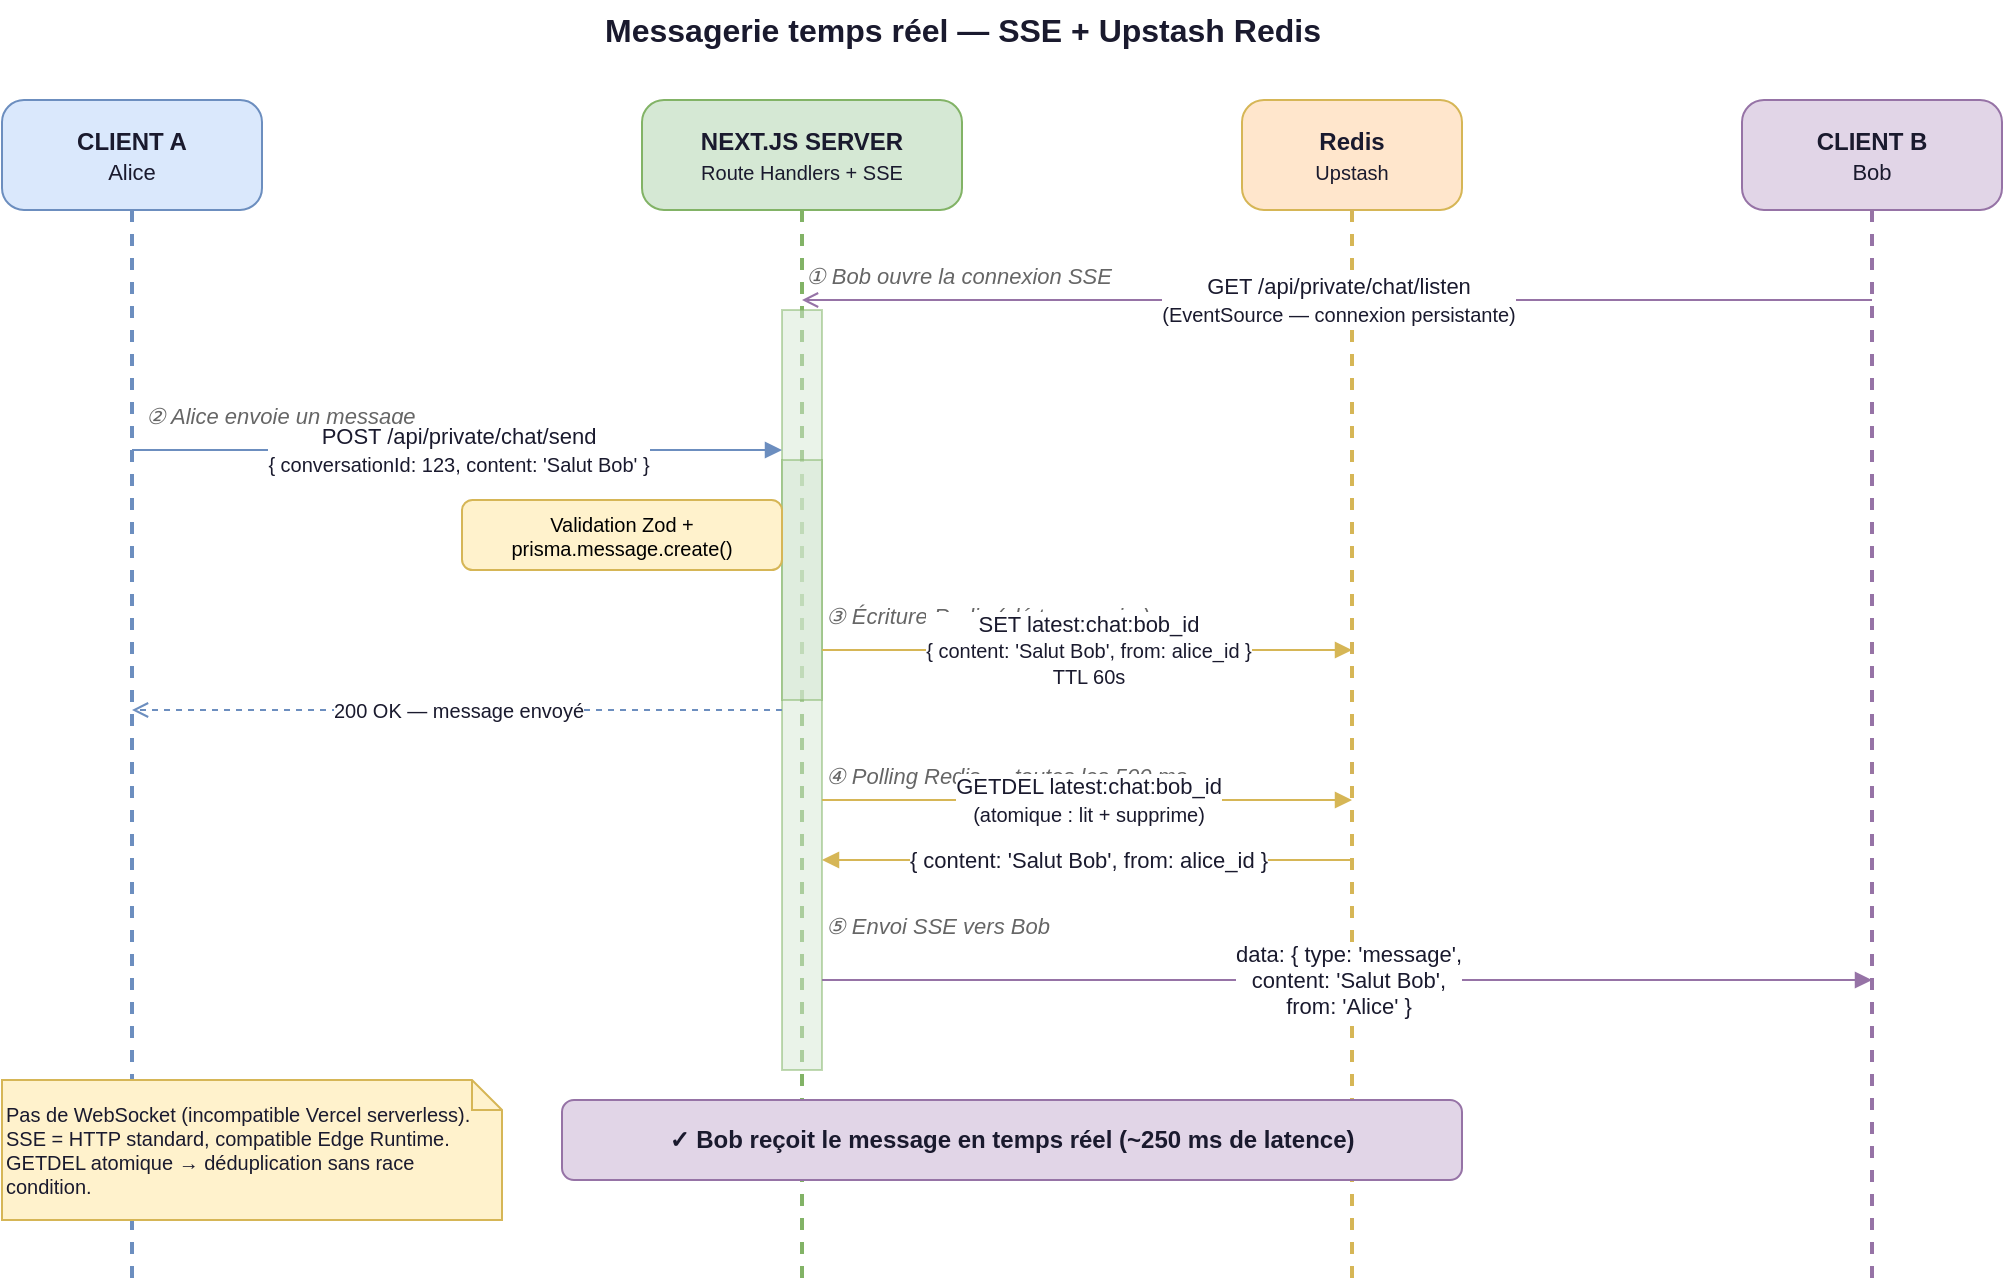
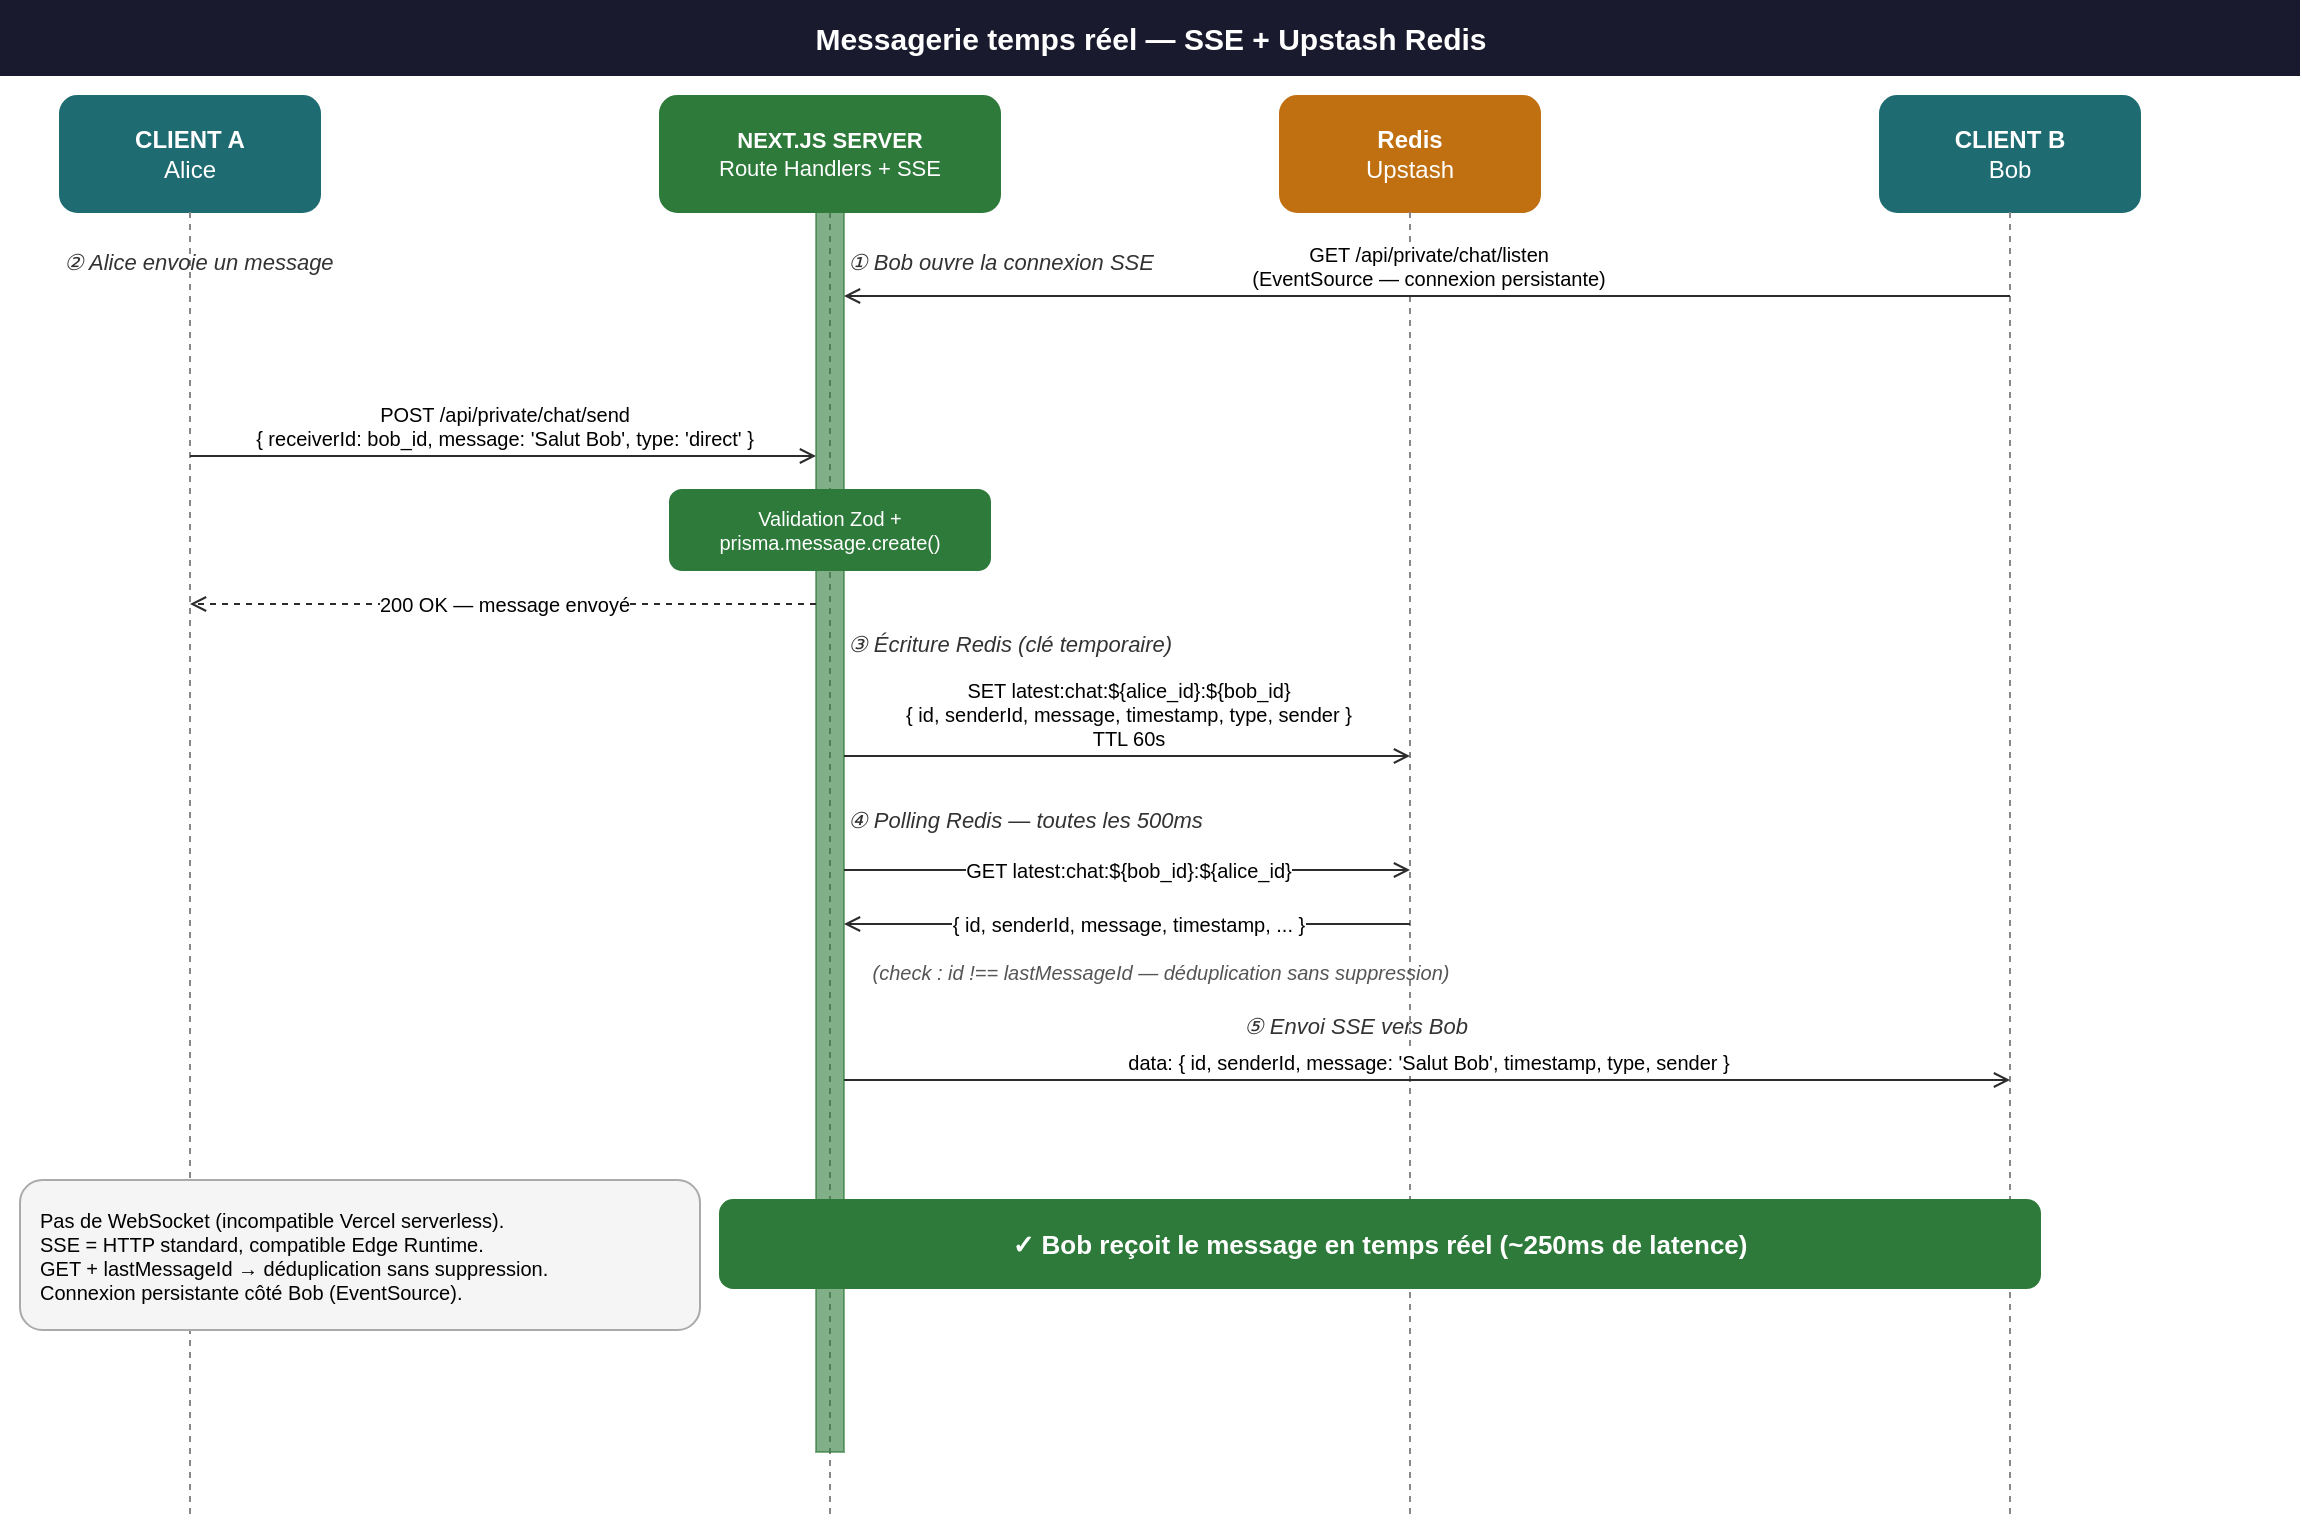
- <mxfile host="app.diagrams.net" modified="2026-05-22T00:00:00.000Z" agent="Claude" version="21.0.0">
-   <diagram id="sse-messaging" name="SSE Messagerie temps réel">
-     <mxGraphModel dx="1422" dy="762" grid="0" gridSize="10" guides="1" tooltips="1" connect="1" arrows="1" fold="1" page="1" pageScale="1" pageWidth="1169" pageHeight="827" math="0" shadow="0">
+ <mxfile host="app.diagrams.net">
+   <diagram name="SSE Messagerie" id="0">
+     <mxGraphModel dx="1526" dy="799" grid="0" gridSize="10" guides="1" tooltips="1" connect="1" arrows="1" fold="1" page="0" pageScale="1" pageWidth="1150" pageHeight="860" math="0" shadow="0">
      <root>
        <mxCell id="0" />
        <mxCell id="1" parent="0" />
- 
-         <!-- ── TITRE ── -->
-         <mxCell id="title" value="Messagerie temps réel — SSE + Upstash Redis" style="text;html=1;align=center;verticalAlign=middle;resizable=0;points=[];autosize=1;strokeColor=none;fillColor=none;fontSize=16;fontStyle=1;fontColor=#1a1a2e;" vertex="1" parent="1">
-           <mxGeometry x="260" y="20" width="560" height="30" as="geometry" />
+         <mxCell id="title" parent="1" style="text;html=1;fillColor=#1a1a2e;strokeColor=none;fontColor=#ffffff;align=center;verticalAlign=middle;fontSize=15;fontStyle=1;" value="Messagerie temps réel — SSE + Upstash Redis" vertex="1">
+           <mxGeometry height="38" width="1150" as="geometry" />
        </mxCell>
- 
-         <!-- ── PARTICIPANT BOXES ── -->
-         <mxCell id="box_alice" value="&lt;b&gt;CLIENT A&lt;/b&gt;&lt;br&gt;&lt;font style='font-size:11px'&gt;Alice&lt;/font&gt;" style="rounded=1;whiteSpace=wrap;html=1;fillColor=#dae8fc;strokeColor=#6c8ebf;fontColor=#1a1a2e;fontSize=12;arcSize=20;" vertex="1" parent="1">
-           <mxGeometry x="60" y="70" width="130" height="55" as="geometry" />
+         <mxCell id="aA" parent="1" style="rounded=1;whiteSpace=wrap;html=1;fillColor=#1e6b72;strokeColor=#1e6b72;fontColor=#ffffff;fontSize=12;" value="&lt;b&gt;CLIENT A&lt;/b&gt;&lt;br&gt;Alice" vertex="1">
+           <mxGeometry height="58" width="130" x="30" y="48" as="geometry" />
        </mxCell>
- 
-         <mxCell id="box_server" value="&lt;b&gt;NEXT.JS SERVER&lt;/b&gt;&lt;br&gt;&lt;font style='font-size:10px'&gt;Route Handlers + SSE&lt;/font&gt;" style="rounded=1;whiteSpace=wrap;html=1;fillColor=#d5e8d4;strokeColor=#82b366;fontColor=#1a1a2e;fontSize=12;arcSize=20;" vertex="1" parent="1">
-           <mxGeometry x="380" y="70" width="160" height="55" as="geometry" />
+         <mxCell id="aS" parent="1" style="rounded=1;whiteSpace=wrap;html=1;fillColor=#2d7a3a;strokeColor=#2d7a3a;fontColor=#ffffff;fontSize=11;" value="&lt;b&gt;NEXT.JS SERVER&lt;/b&gt;&lt;br&gt;Route Handlers + SSE" vertex="1">
+           <mxGeometry height="58" width="170" x="330" y="48" as="geometry" />
        </mxCell>
- 
-         <mxCell id="box_redis" value="&lt;b&gt;Redis&lt;/b&gt;&lt;br&gt;&lt;font style='font-size:10px'&gt;Upstash&lt;/font&gt;" style="rounded=1;whiteSpace=wrap;html=1;fillColor=#ffe6cc;strokeColor=#d6b656;fontColor=#1a1a2e;fontSize=12;arcSize=20;" vertex="1" parent="1">
-           <mxGeometry x="680" y="70" width="110" height="55" as="geometry" />
+         <mxCell id="aR" parent="1" style="rounded=1;whiteSpace=wrap;html=1;fillColor=#c07010;strokeColor=#c07010;fontColor=#ffffff;fontSize=12;" value="&lt;b&gt;Redis&lt;/b&gt;&lt;br&gt;Upstash" vertex="1">
+           <mxGeometry height="58" width="130" x="640" y="48" as="geometry" />
        </mxCell>
- 
-         <mxCell id="box_bob" value="&lt;b&gt;CLIENT B&lt;/b&gt;&lt;br&gt;&lt;font style='font-size:11px'&gt;Bob&lt;/font&gt;" style="rounded=1;whiteSpace=wrap;html=1;fillColor=#e1d5e7;strokeColor=#9673a6;fontColor=#1a1a2e;fontSize=12;arcSize=20;" vertex="1" parent="1">
-           <mxGeometry x="930" y="70" width="130" height="55" as="geometry" />
+         <mxCell id="aB" parent="1" style="rounded=1;whiteSpace=wrap;html=1;fillColor=#1e6b72;strokeColor=#1e6b72;fontColor=#ffffff;fontSize=12;" value="&lt;b&gt;CLIENT B&lt;/b&gt;&lt;br&gt;Bob" vertex="1">
+           <mxGeometry height="58" width="130" x="940" y="48" as="geometry" />
        </mxCell>
- 
-         <!-- ── LIFELINES ── -->
-         <mxCell id="life_alice" value="" style="endArrow=none;dashed=1;strokeColor=#6c8ebf;strokeWidth=2;" edge="1" parent="1">
-           <mxGeometry x="125" y="125" relative="1" as="geometry">
-             <Array as="points" />
-             <mxPoint x="125" y="125" as="sourcePoint" />
-             <mxPoint x="125" y="660" as="targetPoint" />
+         <mxCell id="llA" edge="1" parent="1" style="endArrow=none;dashed=1;html=1;strokeColor=#888888;strokeWidth=1;">
+           <mxGeometry relative="1" as="geometry">
+             <mxPoint x="95" y="106" as="sourcePoint" />
+             <mxPoint x="95" y="760" as="targetPoint" />
          </mxGeometry>
        </mxCell>
- 
-         <mxCell id="life_server" value="" style="endArrow=none;dashed=1;strokeColor=#82b366;strokeWidth=2;" edge="1" parent="1">
+         <mxCell id="llS" edge="1" parent="1" style="endArrow=none;dashed=1;html=1;strokeColor=#888888;strokeWidth=1;">
          <mxGeometry relative="1" as="geometry">
-             <mxPoint x="460" y="125" as="sourcePoint" />
-             <mxPoint x="460" y="660" as="targetPoint" />
+             <mxPoint x="415" y="106" as="sourcePoint" />
+             <mxPoint x="415" y="760" as="targetPoint" />
          </mxGeometry>
        </mxCell>
- 
-         <mxCell id="life_redis" value="" style="endArrow=none;dashed=1;strokeColor=#d6b656;strokeWidth=2;" edge="1" parent="1">
+         <mxCell id="llR" edge="1" parent="1" style="endArrow=none;dashed=1;html=1;strokeColor=#888888;strokeWidth=1;">
          <mxGeometry relative="1" as="geometry">
-             <mxPoint x="735" y="125" as="sourcePoint" />
-             <mxPoint x="735" y="660" as="targetPoint" />
+             <mxPoint x="705" y="106" as="sourcePoint" />
+             <mxPoint x="705" y="760" as="targetPoint" />
          </mxGeometry>
        </mxCell>
- 
-         <mxCell id="life_bob" value="" style="endArrow=none;dashed=1;strokeColor=#9673a6;strokeWidth=2;" edge="1" parent="1">
+         <mxCell id="llB" edge="1" parent="1" style="endArrow=none;dashed=1;html=1;strokeColor=#888888;strokeWidth=1;">
          <mxGeometry relative="1" as="geometry">
-             <mxPoint x="995" y="125" as="sourcePoint" />
-             <mxPoint x="995" y="660" as="targetPoint" />
+             <mxPoint x="1005" y="106" as="sourcePoint" />
+             <mxPoint x="1005" y="760" as="targetPoint" />
          </mxGeometry>
        </mxCell>
- 
-         <!-- ── ÉTAPE 0 : Bob ouvre la connexion SSE ── -->
-         <mxCell id="label0" value="① Bob ouvre la connexion SSE" style="text;html=1;align=left;verticalAlign=middle;resizable=0;strokeColor=none;fillColor=none;fontSize=11;fontColor=#666666;fontStyle=2;" vertex="1" parent="1">
-           <mxGeometry x="460" y="148" width="560" height="20" as="geometry" />
+         <mxCell id="act_S" parent="1" style="fillColor=#2d7a3a;strokeColor=#2d7a3a;opacity=60;" value="" vertex="1">
+           <mxGeometry height="620" width="14" x="408" y="106" as="geometry" />
        </mxCell>
- 
-         <mxCell id="msg0" value="GET /api/private/chat/listen&lt;br&gt;&lt;font style='font-size:10px'&gt;(EventSource — connexion persistante)&lt;/font&gt;" style="edgeStyle=elbowEdgeStyle;html=1;endArrow=open;endFill=0;strokeColor=#9673a6;fontColor=#1a1a2e;fontSize=11;labelBackgroundColor=#ffffff;" edge="1" parent="1">
+         <mxCell id="s1_lbl" parent="1" style="text;html=1;strokeColor=none;fillColor=none;align=left;fontSize=11;fontStyle=2;fontColor=#333333;" value="① Bob ouvre la connexion SSE" vertex="1">
+           <mxGeometry height="20" width="280" x="422" y="118" as="geometry" />
+         </mxCell>
+         <mxCell id="s1_arr" edge="1" parent="1" style="html=1;endArrow=open;endFill=1;strokeColor=#2c2c2c;fontSize=10;align=center;verticalAlign=bottom;" value="GET /api/private/chat/listen&lt;br&gt;(EventSource — connexion persistante)">
          <mxGeometry relative="1" as="geometry">
-             <mxPoint x="995" y="170" as="sourcePoint" />
-             <mxPoint x="460" y="170" as="targetPoint" />
+             <mxPoint x="1005" y="148" as="sourcePoint" />
+             <mxPoint x="422" y="148" as="targetPoint" />
          </mxGeometry>
        </mxCell>
- 
-         <!-- ── ACTIVATION SERVER (SSE loop) ── -->
-         <mxCell id="act_server_sse" value="" style="fillColor=#d5e8d4;strokeColor=#82b366;opacity=50;" vertex="1" parent="1">
-           <mxGeometry x="450" y="175" width="20" height="380" as="geometry" />
+         <mxCell id="s2_lbl" parent="1" style="text;html=1;strokeColor=none;fillColor=none;align=left;fontSize=11;fontStyle=2;fontColor=#333333;" value="② Alice envoie un message" vertex="1">
+           <mxGeometry height="20" width="240" x="30" y="118" as="geometry" />
        </mxCell>
- 
-         <!-- ── ÉTAPE 1 : Alice envoie un message ── -->
-         <mxCell id="label1" value="② Alice envoie un message" style="text;html=1;align=left;verticalAlign=middle;resizable=0;strokeColor=none;fillColor=none;fontSize=11;fontColor=#666666;fontStyle=2;" vertex="1" parent="1">
-           <mxGeometry x="130" y="218" width="320" height="20" as="geometry" />
-         </mxCell>
- 
-         <mxCell id="msg1" value="POST /api/private/chat/send&lt;br&gt;&lt;font style='font-size:10px'&gt;{ conversationId: 123, content: 'Salut Bob' }&lt;/font&gt;" style="edgeStyle=elbowEdgeStyle;html=1;endArrow=block;endFill=1;strokeColor=#6c8ebf;fontColor=#1a1a2e;fontSize=11;labelBackgroundColor=#ffffff;" edge="1" parent="1">
+         <mxCell id="s2_post" edge="1" parent="1" style="html=1;endArrow=open;endFill=1;strokeColor=#2c2c2c;fontSize=10;align=center;verticalAlign=bottom;" value="POST /api/private/chat/send&lt;br&gt;{ receiverId: bob_id, message: &#39;Salut Bob&#39;, type: &#39;direct&#39; }">
          <mxGeometry relative="1" as="geometry">
-             <mxPoint x="125" y="245" as="sourcePoint" />
-             <mxPoint x="450" y="245" as="targetPoint" />
+             <mxPoint x="95" y="228" as="sourcePoint" />
+             <mxPoint x="408" y="228" as="targetPoint" />
          </mxGeometry>
        </mxCell>
- 
-         <!-- ── ACTIVATION SERVER (POST handler) ── -->
-         <mxCell id="act_server_post" value="" style="fillColor=#d5e8d4;strokeColor=#82b366;opacity=50;" vertex="1" parent="1">
-           <mxGeometry x="450" y="250" width="20" height="120" as="geometry" />
+         <mxCell id="s2_box" parent="1" style="rounded=1;whiteSpace=wrap;html=1;fillColor=#2d7a3a;strokeColor=#2d7a3a;fontColor=#ffffff;fontSize=10;" value="Validation Zod +&lt;br&gt;prisma.message.create()" vertex="1">
+           <mxGeometry height="40" width="160" x="335" y="245" as="geometry" />
        </mxCell>
- 
-         <!-- ── ÉTAPE 2 : Validation + Persistance Prisma ── -->
-         <mxCell id="note_prisma" value="Validation Zod + prisma.message.create()" style="rounded=1;whiteSpace=wrap;html=1;fillColor=#fff2cc;strokeColor=#d6b656;fontSize=10;align=center;" vertex="1" parent="1">
-           <mxGeometry x="290" y="270" width="160" height="35" as="geometry" />
-         </mxCell>
- 
-         <mxCell id="arrow_prisma" value="" style="edgeStyle=elbowEdgeStyle;endArrow=open;endFill=0;dashed=1;strokeColor=#d6b656;" edge="1" parent="1">
+         <mxCell id="s2_ok" edge="1" parent="1" style="html=1;endArrow=open;endFill=1;strokeColor=#2c2c2c;fontSize=10;align=center;dashed=1;" value="200 OK — message envoyé">
          <mxGeometry relative="1" as="geometry">
-             <mxPoint x="450" y="287" as="sourcePoint" />
-             <mxPoint x="450" y="287" as="targetPoint" />
-             <Array as="points">
-               <mxPoint x="450" y="287" />
-               <mxPoint x="290" y="287" />
-             </Array>
+             <mxPoint x="408" y="302" as="sourcePoint" />
+             <mxPoint x="95" y="302" as="targetPoint" />
          </mxGeometry>
        </mxCell>
- 
-         <!-- ── ÉTAPE 3 : LPUSH Redis ── -->
-         <mxCell id="label3" value="③ Écriture Redis (clé temporaire)" style="text;html=1;align=left;verticalAlign=middle;resizable=0;strokeColor=none;fillColor=none;fontSize=11;fontColor=#666666;fontStyle=2;" vertex="1" parent="1">
-           <mxGeometry x="470" y="318" width="300" height="20" as="geometry" />
+         <mxCell id="s3_lbl" parent="1" style="text;html=1;strokeColor=none;fillColor=none;align=left;fontSize=11;fontStyle=2;fontColor=#333333;" value="③ Écriture Redis (clé temporaire)" vertex="1">
+           <mxGeometry height="20" width="300" x="422" y="309" as="geometry" />
        </mxCell>
- 
-         <mxCell id="msg3" value="SET latest:chat:bob_id&lt;br&gt;&lt;font style='font-size:10px'&gt;{ content: 'Salut Bob', from: alice_id }&lt;br&gt;TTL 60s&lt;/font&gt;" style="edgeStyle=elbowEdgeStyle;html=1;endArrow=block;endFill=1;strokeColor=#d6b656;fontColor=#1a1a2e;fontSize=11;labelBackgroundColor=#ffffff;" edge="1" parent="1">
+         <mxCell id="s3_arr" edge="1" parent="1" style="html=1;endArrow=open;endFill=1;strokeColor=#2c2c2c;fontSize=10;align=center;verticalAlign=bottom;" value="SET latest:chat:${alice_id}:${bob_id}&lt;br&gt;{ id, senderId, message, timestamp, type, sender }&lt;br&gt;TTL 60s">
          <mxGeometry relative="1" as="geometry">
-             <mxPoint x="470" y="345" as="sourcePoint" />
-             <mxPoint x="735" y="345" as="targetPoint" />
+             <mxPoint x="422" y="378" as="sourcePoint" />
+             <mxPoint x="705" y="378" as="targetPoint" />
          </mxGeometry>
        </mxCell>
- 
-         <!-- ── 200 OK vers Alice ── -->
-         <mxCell id="msg_ok" value="200 OK — message envoyé" style="edgeStyle=elbowEdgeStyle;html=1;endArrow=open;endFill=0;dashed=1;strokeColor=#6c8ebf;fontColor=#1a1a2e;fontSize=10;labelBackgroundColor=#ffffff;" edge="1" parent="1">
+         <mxCell id="s4_lbl" parent="1" style="text;html=1;strokeColor=none;fillColor=none;align=left;fontSize=11;fontStyle=2;fontColor=#333333;" value="④ Polling Redis — toutes les 500ms" vertex="1">
+           <mxGeometry height="20" width="310" x="422" y="397" as="geometry" />
+         </mxCell>
+         <mxCell id="s4_get" edge="1" parent="1" style="html=1;endArrow=open;endFill=1;strokeColor=#2c2c2c;fontSize=10;align=center;" value="GET latest:chat:${bob_id}:${alice_id}">
          <mxGeometry relative="1" as="geometry">
-             <mxPoint x="450" y="375" as="sourcePoint" />
-             <mxPoint x="125" y="375" as="targetPoint" />
+             <mxPoint x="422" y="435" as="sourcePoint" />
+             <mxPoint x="705" y="435" as="targetPoint" />
          </mxGeometry>
        </mxCell>
- 
-         <!-- ── ÉTAPE 4 : Polling SSE toutes les 500ms ── -->
-         <mxCell id="label4" value="④ Polling Redis — toutes les 500 ms" style="text;html=1;align=left;verticalAlign=middle;resizable=0;strokeColor=none;fillColor=none;fontSize=11;fontColor=#666666;fontStyle=2;" vertex="1" parent="1">
-           <mxGeometry x="470" y="398" width="300" height="20" as="geometry" />
-         </mxCell>
- 
-         <mxCell id="msg4a" value="GETDEL latest:chat:bob_id&lt;br&gt;&lt;font style='font-size:10px'&gt;(atomique : lit + supprime)&lt;/font&gt;" style="edgeStyle=elbowEdgeStyle;html=1;endArrow=block;endFill=1;strokeColor=#d6b656;fontColor=#1a1a2e;fontSize=11;labelBackgroundColor=#ffffff;" edge="1" parent="1">
+         <mxCell id="s4_resp" edge="1" parent="1" style="html=1;endArrow=open;endFill=1;strokeColor=#2c2c2c;fontSize=10;align=center;" value="{ id, senderId, message, timestamp, ... }">
          <mxGeometry relative="1" as="geometry">
-             <mxPoint x="470" y="420" as="sourcePoint" />
-             <mxPoint x="735" y="420" as="targetPoint" />
+             <mxPoint x="705" y="462" as="sourcePoint" />
+             <mxPoint x="422" y="462" as="targetPoint" />
          </mxGeometry>
        </mxCell>
- 
-         <mxCell id="msg4b" value="{ content: 'Salut Bob', from: alice_id }" style="edgeStyle=elbowEdgeStyle;html=1;endArrow=block;endFill=1;strokeColor=#d6b656;fontColor=#1a1a2e;fontSize=11;labelBackgroundColor=#ffffff;" edge="1" parent="1">
+         <mxCell id="s4_check" parent="1" style="text;html=1;strokeColor=none;fillColor=none;align=center;fontSize=10;fontStyle=2;fontColor=#555555;" value="(check : id !== lastMessageId — déduplication sans suppression)" vertex="1">
+           <mxGeometry height="18" width="360" x="400" y="474" as="geometry" />
+         </mxCell>
+         <mxCell id="s5_lbl" parent="1" style="text;html=1;strokeColor=none;fillColor=none;align=left;fontSize=11;fontStyle=2;fontColor=#333333;" value="⑤ Envoi SSE vers Bob" vertex="1">
+           <mxGeometry height="20" width="230" x="620" y="500" as="geometry" />
+         </mxCell>
+         <mxCell id="s5_arr" edge="1" parent="1" style="html=1;endArrow=open;endFill=1;strokeColor=#2c2c2c;fontSize=10;align=center;verticalAlign=bottom;" value="data: { id, senderId, message: &#39;Salut Bob&#39;, timestamp, type, sender }">
          <mxGeometry relative="1" as="geometry">
-             <mxPoint x="735" y="450" as="sourcePoint" />
-             <mxPoint x="470" y="450" as="targetPoint" />
+             <mxPoint x="422" y="540" as="sourcePoint" />
+             <mxPoint x="1005" y="540" as="targetPoint" />
          </mxGeometry>
        </mxCell>
- 
-         <!-- ── ÉTAPE 5 : SSE event vers Bob ── -->
-         <mxCell id="label5" value="⑤ Envoi SSE vers Bob" style="text;html=1;align=left;verticalAlign=middle;resizable=0;strokeColor=none;fillColor=none;fontSize=11;fontColor=#666666;fontStyle=2;" vertex="1" parent="1">
-           <mxGeometry x="470" y="473" width="300" height="20" as="geometry" />
+         <mxCell id="note" parent="1" style="text;html=1;strokeColor=#aaaaaa;fillColor=#f5f5f5;align=left;verticalAlign=middle;fontSize=10;spacingLeft=8;rounded=1;" value="Pas de WebSocket (incompatible Vercel serverless).&lt;br&gt;SSE = HTTP standard, compatible Edge Runtime.&lt;br&gt;GET + lastMessageId → déduplication sans suppression.&lt;br&gt;Connexion persistante côté Bob (EventSource)." vertex="1">
+           <mxGeometry height="75" width="340" x="10" y="590" as="geometry" />
        </mxCell>
- 
-         <mxCell id="msg5" value="data: { type: 'message',&lt;br&gt;  content: 'Salut Bob',&lt;br&gt;  from: 'Alice' }" style="edgeStyle=elbowEdgeStyle;html=1;endArrow=block;endFill=1;strokeColor=#9673a6;fontColor=#1a1a2e;fontSize=11;labelBackgroundColor=#ffffff;" edge="1" parent="1">
-           <mxGeometry relative="1" as="geometry">
-             <mxPoint x="470" y="510" as="sourcePoint" />
-             <mxPoint x="995" y="510" as="targetPoint" />
-           </mxGeometry>
+         <mxCell id="summary" parent="1" style="rounded=1;whiteSpace=wrap;html=1;fillColor=#2d7a3a;strokeColor=#2d7a3a;fontColor=#ffffff;fontSize=13;fontStyle=1;" value="✓ Bob reçoit le message en temps réel (~250ms de latence)" vertex="1">
+           <mxGeometry height="44" width="660" x="360" y="600" as="geometry" />
        </mxCell>
- 
-         <!-- ── RÉSULTAT FINAL ── -->
-         <mxCell id="result" value="✓  Bob reçoit le message en temps réel (~250 ms de latence)" style="rounded=1;whiteSpace=wrap;html=1;fillColor=#e1d5e7;strokeColor=#9673a6;fontSize=12;fontStyle=1;fontColor=#1a1a2e;" vertex="1" parent="1">
-           <mxGeometry x="340" y="570" width="450" height="40" as="geometry" />
-         </mxCell>
- 
-         <!-- ── NOTE TECHNIQUE ── -->
-         <mxCell id="note_tech" value="Pas de WebSocket (incompatible Vercel serverless).&lt;br&gt;SSE = HTTP standard, compatible Edge Runtime.&lt;br&gt;GETDEL atomique → déduplication sans race condition." style="shape=note;whiteSpace=wrap;html=1;backgroundOutline=1;size=15;fillColor=#fff2cc;strokeColor=#d6b656;fontSize=10;align=left;fontColor=#1a1a2e;" vertex="1" parent="1">
-           <mxGeometry x="60" y="560" width="250" height="70" as="geometry" />
-         </mxCell>
- 
      </root>
    </mxGraphModel>
  </diagram>
</mxfile>
